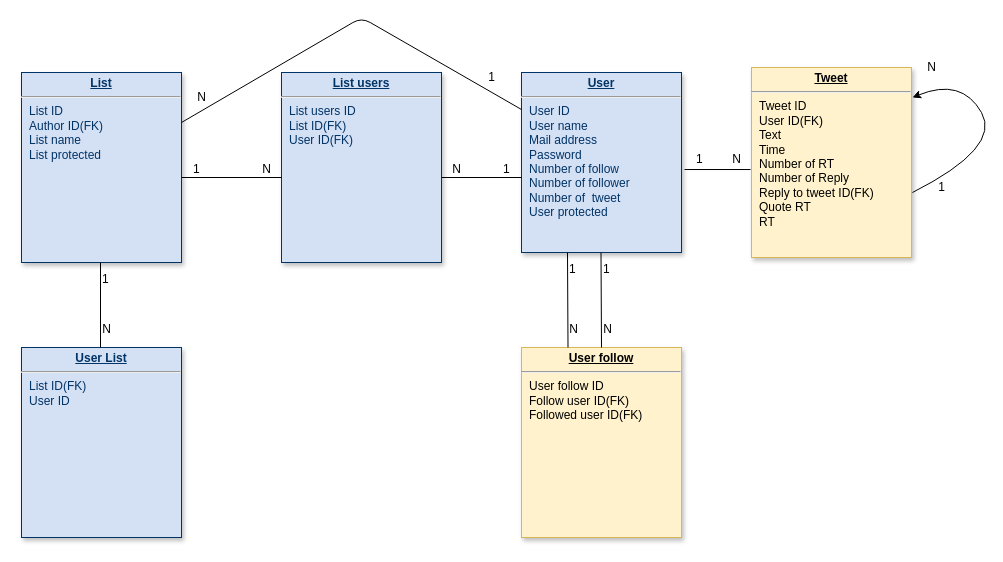
Before: Untitled Diagram.drawio in fuwa-syugyo/hello-world, a draw.io diagram. Source tidied: cells renumbered, new cells numbered last; positions are measured from the earlier drawing's top-left corner, leaving out a move shared by most shapes. Both pictures are drawn from the tidied source at 100%, with x=0, y=0 at pixel (21, 17).
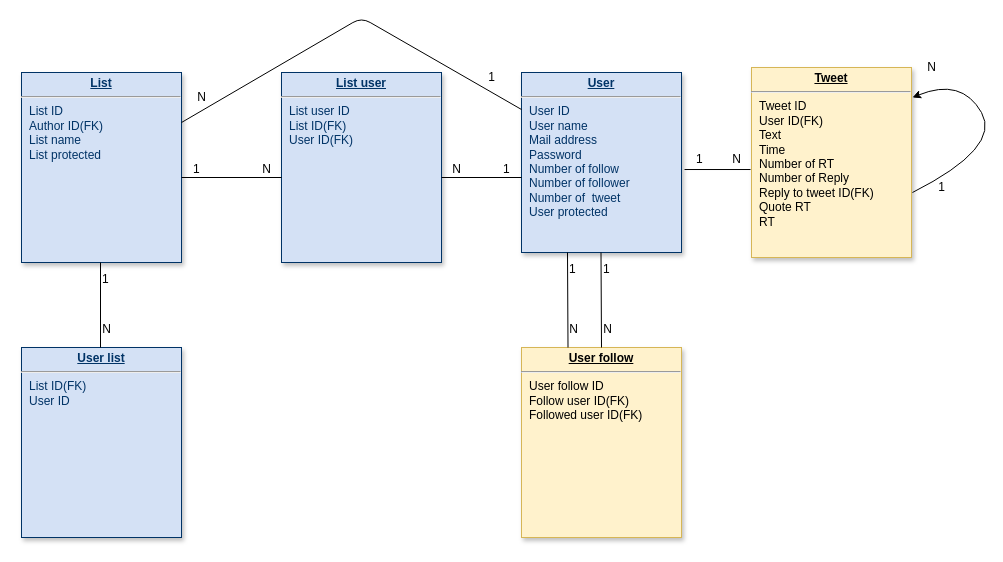
The same diagram, later.

Commit message:
Untitled Diagram.drawio を更新します

The edit, as a diff of the source:
```diff
@@
-    <mxCell id="4" value="&lt;p style=&quot;margin: 0px ; margin-top: 4px ; text-align: center ; text-decoration: underline&quot;&gt;&lt;b&gt;List users&lt;/b&gt;&lt;/p&gt;&lt;hr&gt;&lt;p style=&quot;margin: 0px ; margin-left: 8px&quot;&gt;List users ID&lt;/p&gt;&lt;p style=&quot;margin: 0px ; margin-left: 8px&quot;&gt;List ID(FK)&lt;/p&gt;&lt;p style=&quot;margin: 0px ; margin-left: 8px&quot;&gt;User ID(FK)&lt;/p&gt;" style="verticalAlign=top;align=left;overflow=fill;fontSize=12;fontFamily=Helvetica;html=1;strokeColor=#003366;shadow=1;fillColor=#D4E1F5;fontColor=#003366;" parent="1" vertex="1">
+    <mxCell id="4" value="&lt;p style=&quot;margin: 0px ; margin-top: 4px ; text-align: center ; text-decoration: underline&quot;&gt;&lt;b&gt;List user&lt;/b&gt;&lt;/p&gt;&lt;hr&gt;&lt;p style=&quot;margin: 0px ; margin-left: 8px&quot;&gt;List user ID&lt;/p&gt;&lt;p style=&quot;margin: 0px ; margin-left: 8px&quot;&gt;List ID(FK)&lt;/p&gt;&lt;p style=&quot;margin: 0px ; margin-left: 8px&quot;&gt;User ID(FK)&lt;/p&gt;" style="verticalAlign=top;align=left;overflow=fill;fontSize=12;fontFamily=Helvetica;html=1;strokeColor=#003366;shadow=1;fillColor=#D4E1F5;fontColor=#003366;" parent="1" vertex="1">
       <mxGeometry x="260" y="55" width="160" height="190" as="geometry" />
     </mxCell>
@@
-    <mxCell id="6" value="&lt;p style=&quot;margin: 0px ; margin-top: 4px ; text-align: center ; text-decoration: underline&quot;&gt;&lt;b&gt;User List&lt;/b&gt;&lt;/p&gt;&lt;hr&gt;&lt;p style=&quot;margin: 0px ; margin-left: 8px&quot;&gt;List ID(FK)&lt;/p&gt;&lt;p style=&quot;margin: 0px ; margin-left: 8px&quot;&gt;User ID&lt;/p&gt;" style="verticalAlign=top;align=left;overflow=fill;fontSize=12;fontFamily=Helvetica;html=1;strokeColor=#003366;shadow=1;fillColor=#D4E1F5;fontColor=#003366;" parent="1" vertex="1">
+    <mxCell id="6" value="&lt;p style=&quot;margin: 0px ; margin-top: 4px ; text-align: center ; text-decoration: underline&quot;&gt;&lt;b&gt;User list&lt;/b&gt;&lt;/p&gt;&lt;hr&gt;&lt;p style=&quot;margin: 0px ; margin-left: 8px&quot;&gt;List ID(FK)&lt;/p&gt;&lt;p style=&quot;margin: 0px ; margin-left: 8px&quot;&gt;User ID&lt;/p&gt;" style="verticalAlign=top;align=left;overflow=fill;fontSize=12;fontFamily=Helvetica;html=1;strokeColor=#003366;shadow=1;fillColor=#D4E1F5;fontColor=#003366;" parent="1" vertex="1">
       <mxGeometry y="330" width="160" height="190" as="geometry" />
     </mxCell>
```
